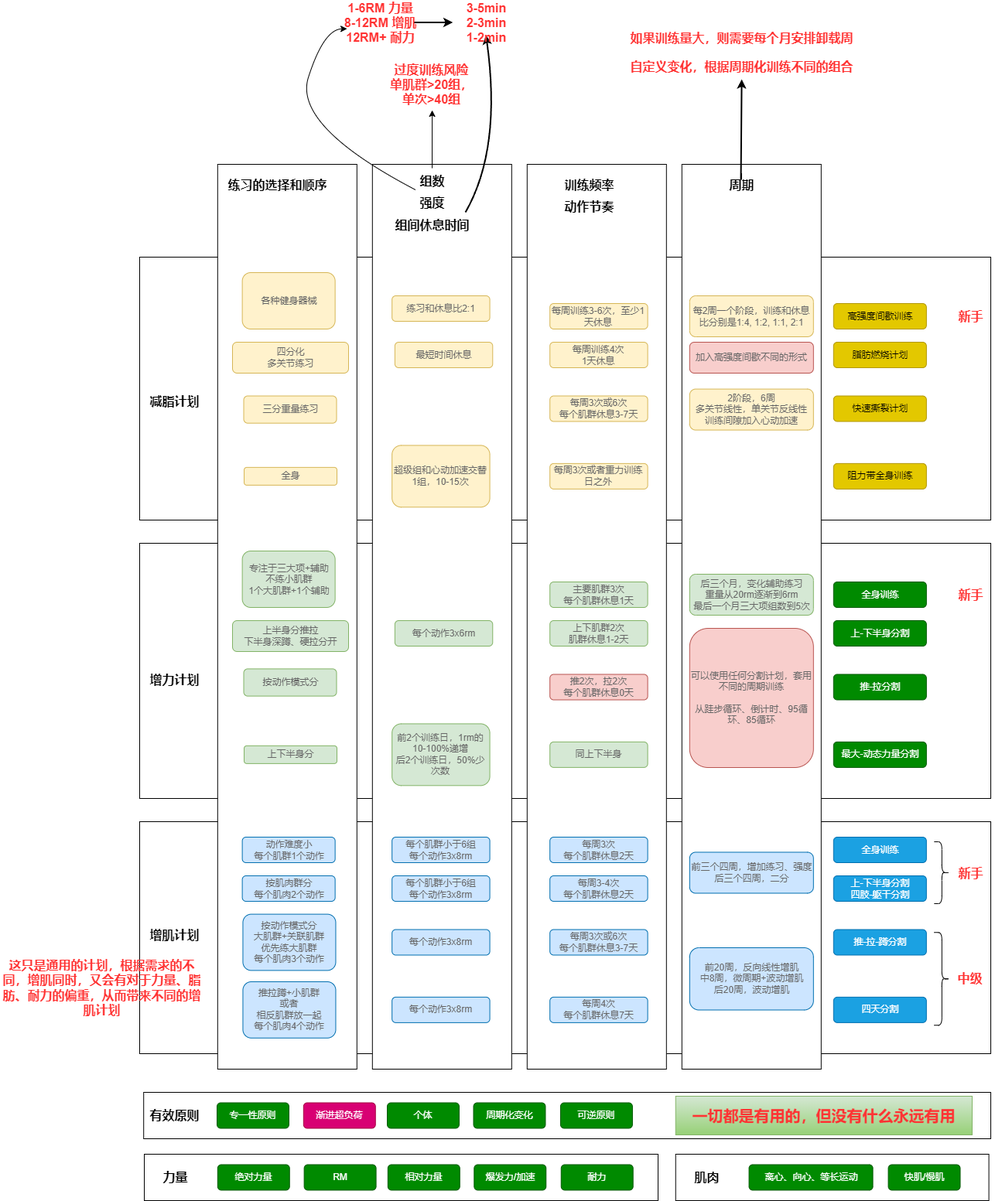
The draw.io diagram image/run.drawio.png in codefossil/livingbook, before a commit. Source tidied: cells renumbered, new cells last; positions are measured from the earlier drawing's top-left corner, leaving out a move shared by most shapes.
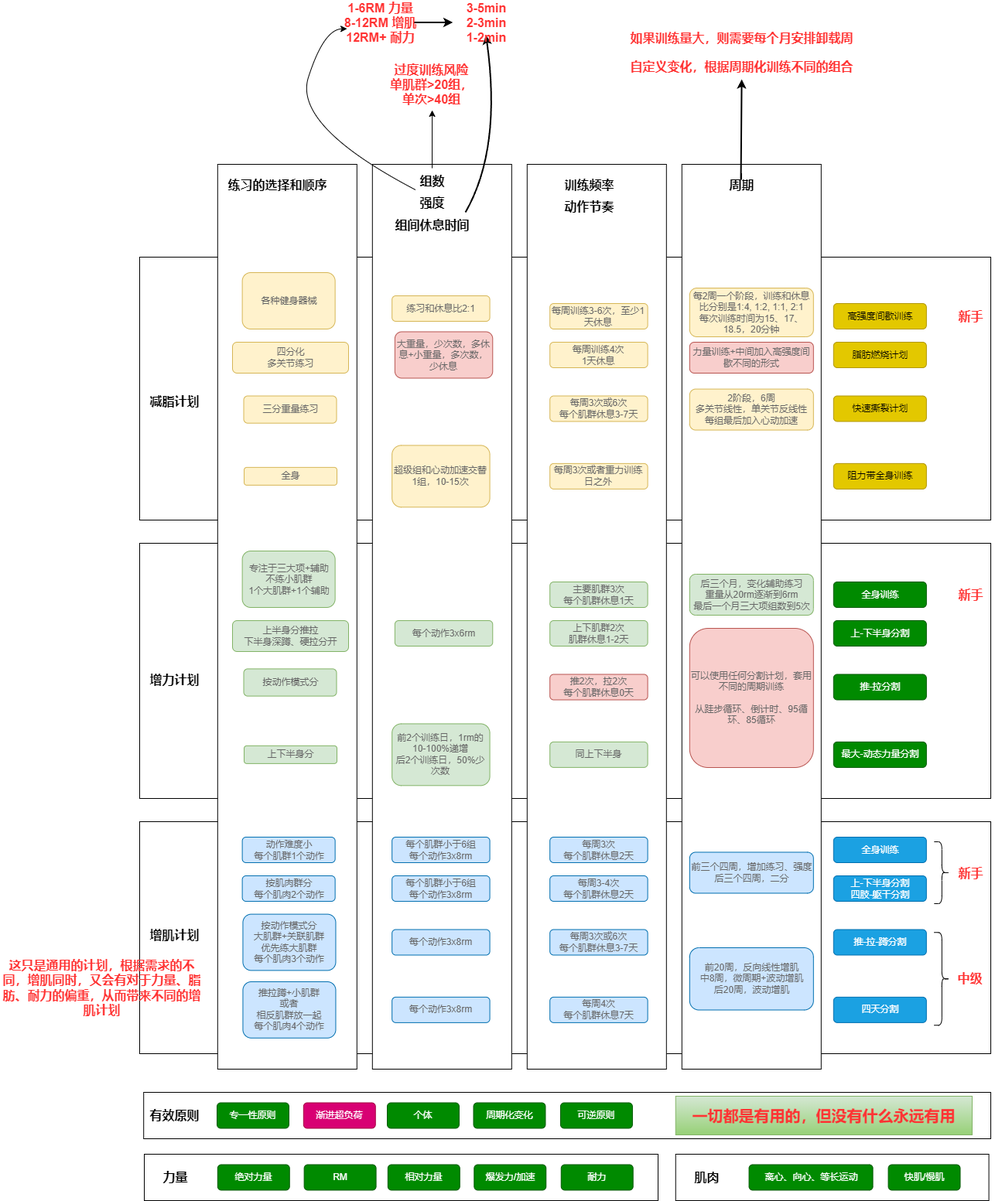
After the commit.

Diff of the diagram source:
```diff
@@ -276,14 +276,14 @@
     <mxCell id="88" value="高强度间歇训练" style="rounded=1;fillColor=#e3c800;strokeColor=#B09500;html=1;align=center;verticalAlign=middle;fontStyle=0;fontSize=12;sketch=0;shadow=0;fontColor=#000000;" parent="1" vertex="1">
       <mxGeometry x="1076.8" y="380" width="120" height="33" as="geometry" />
     </mxCell>
-    <mxCell id="89" value="&lt;font color=&quot;#666666&quot;&gt;最短时间休息&lt;br&gt;&lt;/font&gt;" style="rounded=1;fillColor=#fff2cc;strokeColor=#d6b656;html=1;align=center;verticalAlign=middle;fontStyle=0;fontSize=12;sketch=0;shadow=0;" parent="1" vertex="1">
-      <mxGeometry x="509.9" y="430" width="126.4" height="33" as="geometry" />
+    <mxCell id="89" value="&lt;font color=&quot;#666666&quot;&gt;大重量，少次数，多休息+小重量，多次数，少休息&lt;br&gt;&lt;/font&gt;" style="rounded=1;fillColor=#f8cecc;strokeColor=#b85450;html=1;align=center;verticalAlign=middle;fontStyle=0;fontSize=12;sketch=0;shadow=0;whiteSpace=wrap;" parent="1" vertex="1">
+      <mxGeometry x="509.9" y="416.5" width="126.4" height="60" as="geometry" />
     </mxCell>
     <mxCell id="90" value="&lt;font color=&quot;#666666&quot;&gt;每周训练3-6次，至少1天休息&lt;br&gt;&lt;/font&gt;" style="rounded=1;fillColor=#fff2cc;strokeColor=#d6b656;html=1;align=center;verticalAlign=middle;fontStyle=0;fontSize=12;sketch=0;shadow=0;whiteSpace=wrap;" parent="1" vertex="1">
       <mxGeometry x="710.2" y="380" width="126.4" height="33" as="geometry" />
     </mxCell>
-    <mxCell id="91" value="&lt;font color=&quot;#666666&quot;&gt;每2周一个阶段，训练和休息比分别是1:4, 1:2, 1:1, 2:1&lt;br&gt;&lt;/font&gt;" style="rounded=1;fillColor=#fff2cc;strokeColor=#d6b656;html=1;align=center;verticalAlign=middle;fontStyle=0;fontSize=12;sketch=0;shadow=0;whiteSpace=wrap;" parent="1" vertex="1">
-      <mxGeometry x="890.8" y="370" width="160" height="53" as="geometry" />
+    <mxCell id="91" value="&lt;font color=&quot;#666666&quot;&gt;每2周一个阶段，训练和休息比分别是1:4, 1:2, 1:1, 2:1&lt;br&gt;每次训练时间为15、17、18.5，20分钟&lt;br&gt;&lt;/font&gt;" style="rounded=1;fillColor=#fff2cc;strokeColor=#d6b656;html=1;align=center;verticalAlign=middle;fontStyle=0;fontSize=12;sketch=0;shadow=0;whiteSpace=wrap;" parent="1" vertex="1">
+      <mxGeometry x="890.8" y="360" width="160" height="63" as="geometry" />
     </mxCell>
     <mxCell id="92" value="&lt;font color=&quot;#666666&quot;&gt;四分化&lt;br&gt;多关节练习&lt;br&gt;&lt;/font&gt;" style="rounded=1;fillColor=#fff2cc;strokeColor=#d6b656;html=1;align=center;verticalAlign=middle;fontStyle=0;fontSize=12;sketch=0;shadow=0;" parent="1" vertex="1">
       <mxGeometry x="300" y="430" width="150" height="40" as="geometry" />
@@ -303,7 +303,7 @@
     <mxCell id="97" value="&lt;span style=&quot;color: rgb(102, 102, 102);&quot;&gt;每周3次或6次&lt;/span&gt;&lt;br style=&quot;border-color: var(--border-color); color: rgb(102, 102, 102);&quot;&gt;&lt;span style=&quot;color: rgb(102, 102, 102);&quot;&gt;每个肌群休息3-7天&lt;/span&gt;&lt;font color=&quot;#666666&quot;&gt;&lt;br&gt;&lt;/font&gt;" style="rounded=1;fillColor=#fff2cc;strokeColor=#d6b656;html=1;align=center;verticalAlign=middle;fontStyle=0;fontSize=12;sketch=0;shadow=0;" parent="1" vertex="1">
       <mxGeometry x="710.2" y="499.5" width="126.4" height="33" as="geometry" />
     </mxCell>
-    <mxCell id="98" value="&lt;font color=&quot;#666666&quot;&gt;加入高强度间歇不同的形式&lt;br&gt;&lt;/font&gt;" style="rounded=1;fillColor=#f8cecc;strokeColor=#b85450;html=1;align=center;verticalAlign=middle;fontStyle=0;fontSize=12;sketch=0;shadow=0;whiteSpace=wrap;" parent="1" vertex="1">
+    <mxCell id="98" value="&lt;font color=&quot;#666666&quot;&gt;力量训练+中间加入高强度间歇不同的形式&lt;br&gt;&lt;/font&gt;" style="rounded=1;fillColor=#f8cecc;strokeColor=#b85450;html=1;align=center;verticalAlign=middle;fontStyle=0;fontSize=12;sketch=0;shadow=0;whiteSpace=wrap;" parent="1" vertex="1">
       <mxGeometry x="890.8" y="430" width="160" height="40" as="geometry" />
     </mxCell>
     <mxCell id="99" value="&lt;font color=&quot;#666666&quot;&gt;全身&lt;br&gt;&lt;/font&gt;" style="rounded=1;fillColor=#fff2cc;strokeColor=#d6b656;html=1;align=center;verticalAlign=middle;fontStyle=0;fontSize=12;sketch=0;shadow=0;" parent="1" vertex="1">
@@ -327,7 +327,7 @@
     <mxCell id="105" value="&lt;font color=&quot;#666666&quot;&gt;练习和休息比2:1&lt;br&gt;&lt;/font&gt;" style="rounded=1;fillColor=#fff2cc;strokeColor=#d6b656;html=1;align=center;verticalAlign=middle;fontStyle=0;fontSize=12;sketch=0;shadow=0;" parent="1" vertex="1">
       <mxGeometry x="506.2" y="370" width="126.4" height="33" as="geometry" />
     </mxCell>
-    <mxCell id="106" value="&lt;font color=&quot;#666666&quot;&gt;2阶段，6周&lt;br&gt;多关节线性，单关节反线性&lt;br&gt;训练间隙加入心动加速&lt;br&gt;&lt;/font&gt;" style="rounded=1;fillColor=#fff2cc;strokeColor=#d6b656;html=1;align=center;verticalAlign=middle;fontStyle=0;fontSize=12;sketch=0;shadow=0;whiteSpace=wrap;" parent="1" vertex="1">
+    <mxCell id="106" value="&lt;font color=&quot;#666666&quot;&gt;2阶段，6周&lt;br&gt;多关节线性，单关节反线性&lt;br&gt;每组最后加入心动加速&lt;br&gt;&lt;/font&gt;" style="rounded=1;fillColor=#fff2cc;strokeColor=#d6b656;html=1;align=center;verticalAlign=middle;fontStyle=0;fontSize=12;sketch=0;shadow=0;whiteSpace=wrap;" parent="1" vertex="1">
       <mxGeometry x="890.8" y="490.6" width="160" height="53" as="geometry" />
     </mxCell>
   </root>
```
